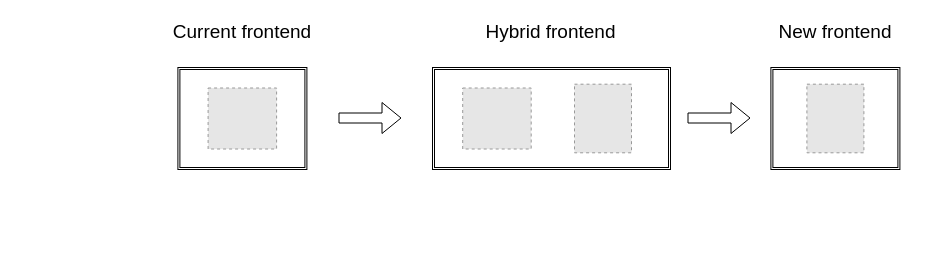
Before: page "ui-migration" (8 of 8) of architecture/latency-afficionados/01.overall.architecture.drawio in codegik/pocs, a draw.io diagram. Source tidied: cells renumbered, new cells numbered last; positions are measured from the earlier drawing's top-left corner, leaving out a move shared by most shapes. Both pictures are drawn from the tidied source at 100%, with x=0, y=0 at pixel (165, 17). Pictures stored in the file or linked from it are replaced by grey dashed boxes.
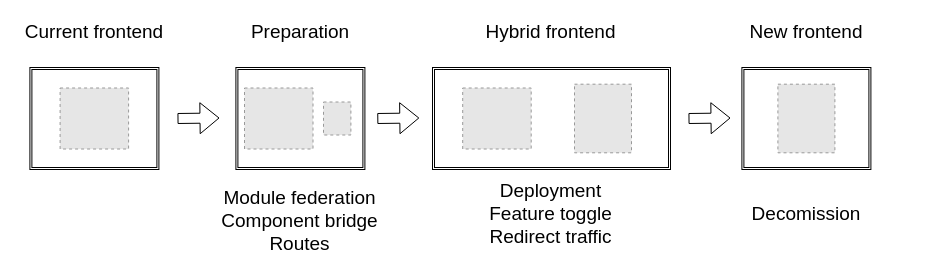
The same diagram, later.

What changed in the source:
```diff
@@
     <mxCell id="2" style="shape=ext;double=1;rounded=0;whiteSpace=wrap;html=1;" parent="1" vertex="1">
-      <mxGeometry x="12.4" y="50" width="129" height="102" as="geometry" />
+      <mxGeometry x="-135.6" y="50" width="129" height="102" as="geometry" />
     </mxCell>
     <mxCell id="3" style="fillColor=#E6E6E6;strokeColor=#999999;dashed=1;verticalLabelPosition=bottom;labelBackgroundColor=default;verticalAlign=top;" parent="1" vertex="1">
-      <mxGeometry x="42.6" y="70.5" width="68.5" height="61" as="geometry" />
+      <mxGeometry x="-105.4" y="70.5" width="68.5" height="61" as="geometry" />
     </mxCell>
     <mxCell id="4" value="Current frontend" style="text;html=1;align=center;verticalAlign=middle;whiteSpace=wrap;rounded=0;fontSize=19;" parent="1" vertex="1">
-      <mxGeometry width="153.8" height="30" as="geometry" />
+      <mxGeometry x="-148" width="153.8" height="30" as="geometry" />
     </mxCell>
@@
     <mxCell id="9" style="shape=ext;double=1;rounded=0;whiteSpace=wrap;html=1;" parent="1" vertex="1">
-      <mxGeometry x="605.4" y="50" width="129" height="102" as="geometry" />
+      <mxGeometry x="576.4" y="50" width="129" height="102" as="geometry" />
     </mxCell>
     <mxCell id="10" value="New frontend" style="text;html=1;align=center;verticalAlign=middle;whiteSpace=wrap;rounded=0;fontSize=19;" parent="1" vertex="1">
-      <mxGeometry x="593" width="153.8" height="30" as="geometry" />
+      <mxGeometry x="564" width="153.8" height="30" as="geometry" />
     </mxCell>
     <mxCell id="11" style="fillColor=#E6E6E6;strokeColor=#999999;dashed=1;verticalLabelPosition=bottom;labelBackgroundColor=default;verticalAlign=top;" parent="1" vertex="1">
-      <mxGeometry x="641.4" y="66.7" width="57" height="68.6" as="geometry" />
+      <mxGeometry x="612.4" y="66.7" width="57" height="68.6" as="geometry" />
     </mxCell>
-    <mxCell id="12" style="shape=flexArrow;endArrow=classic;html=1;rounded=0;" parent="1" edge="1">
-      <mxGeometry relative="1" as="geometry">
-        <mxPoint x="173" y="100.5" as="sourcePoint" />
-        <mxPoint x="236" y="100.5" as="targetPoint" />
-      </mxGeometry>
-    </mxCell>
     <mxCell id="13" style="shape=flexArrow;endArrow=classic;html=1;rounded=0;" parent="1" edge="1">
       <mxGeometry relative="1" as="geometry">
-        <mxPoint x="522" y="100.5" as="sourcePoint" />
-        <mxPoint x="585" y="100.5" as="targetPoint" />
+        <mxPoint x="523" y="101" as="sourcePoint" />
+        <mxPoint x="565" y="100.5" as="targetPoint" />
       </mxGeometry>
     </mxCell>
+    <mxCell id="14" style="shape=ext;double=1;rounded=0;whiteSpace=wrap;html=1;" parent="1" vertex="1">
+      <mxGeometry x="70.4" y="50" width="129" height="102" as="geometry" />
+    </mxCell>
+    <mxCell id="15" style="fillColor=#E6E6E6;strokeColor=#999999;dashed=1;verticalLabelPosition=bottom;labelBackgroundColor=default;verticalAlign=top;" parent="1" vertex="1">
+      <mxGeometry x="79" y="70.5" width="68.5" height="61" as="geometry" />
+    </mxCell>
+    <mxCell id="16" value="Preparation" style="text;html=1;align=center;verticalAlign=middle;whiteSpace=wrap;rounded=0;fontSize=19;" parent="1" vertex="1">
+      <mxGeometry x="58" width="153.8" height="30" as="geometry" />
+    </mxCell>
+    <mxCell id="17" style="shape=flexArrow;endArrow=classic;html=1;rounded=0;" parent="1" edge="1">
+      <mxGeometry relative="1" as="geometry">
+        <mxPoint x="12" y="101" as="sourcePoint" />
+        <mxPoint x="54" y="100.5" as="targetPoint" />
+      </mxGeometry>
+    </mxCell>
+    <mxCell id="18" style="shape=flexArrow;endArrow=classic;html=1;rounded=0;" parent="1" edge="1">
+      <mxGeometry relative="1" as="geometry">
+        <mxPoint x="211.8" y="101" as="sourcePoint" />
+        <mxPoint x="253.8" y="100.5" as="targetPoint" />
+      </mxGeometry>
+    </mxCell>
+    <mxCell id="19" value="Deployment&lt;div&gt;Feature toggle&lt;/div&gt;&lt;div&gt;Redirect traffic&lt;/div&gt;" style="text;html=1;align=center;verticalAlign=middle;whiteSpace=wrap;rounded=0;fontSize=19;" parent="1" vertex="1">
+      <mxGeometry x="284.4" y="182" width="203.2" height="30" as="geometry" />
+    </mxCell>
+    <mxCell id="20" value="Module federation&lt;div&gt;Component bridge&lt;/div&gt;&lt;div&gt;Routes&lt;/div&gt;" style="text;html=1;align=center;verticalAlign=middle;whiteSpace=wrap;rounded=0;fontSize=19;" parent="1" vertex="1">
+      <mxGeometry x="33.3" y="189" width="203.2" height="30" as="geometry" />
+    </mxCell>
+    <mxCell id="21" style="fillColor=#E6E6E6;strokeColor=#999999;dashed=1;verticalLabelPosition=bottom;labelBackgroundColor=default;verticalAlign=top;" parent="1" vertex="1">
+      <mxGeometry x="158" y="84.5" width="27.4" height="33" as="geometry" />
+    </mxCell>
+    <mxCell id="22" value="Decomission" style="text;html=1;align=center;verticalAlign=middle;whiteSpace=wrap;rounded=0;fontSize=19;" parent="1" vertex="1">
+      <mxGeometry x="564" y="182" width="153.8" height="30" as="geometry" />
+    </mxCell>
```
